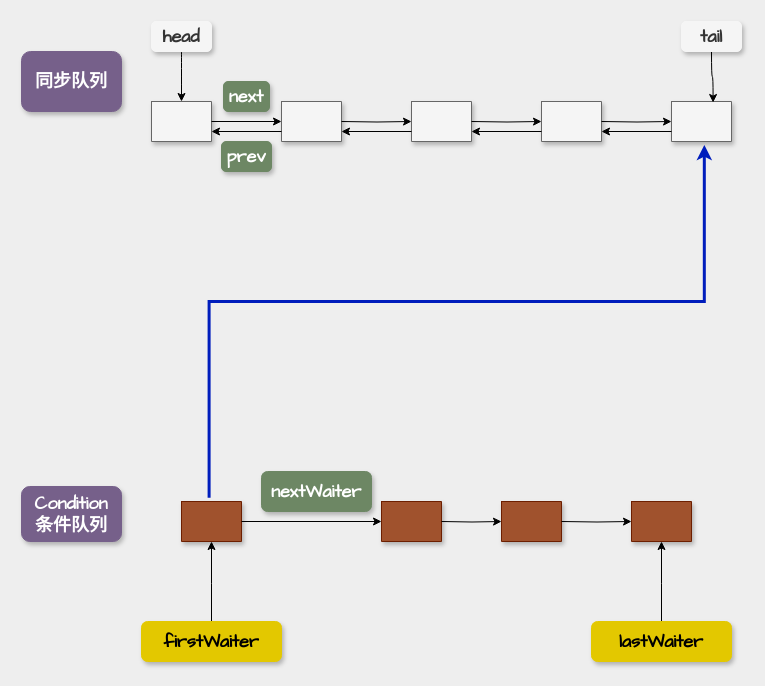
Earlier version of the draw.io diagram page "第 2 页 的副本" (2 of 3) of thread/AQS-Condition.drawio (mydlxy/draw). Source tidied: cells renumbered, new cells numbered last; positions are measured from the earlier drawing's top-left corner, leaving out a move shared by most shapes. Both pictures are drawn from the tidied source at 100%, with x=0, y=0 at pixel (21, 21).
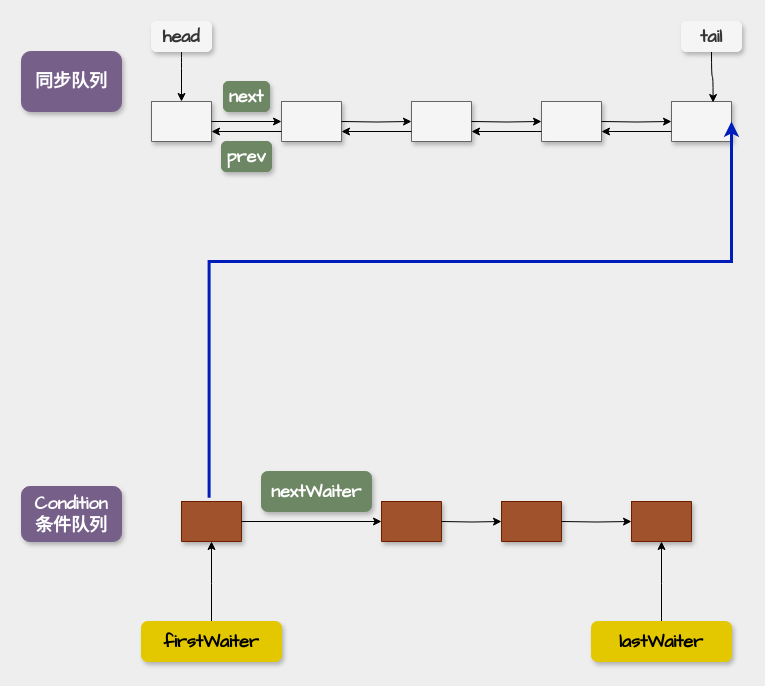
Above is the later version.

The change refers to these unchanged cells:
```xml
<mxCell id="21" style="shape=tableRow;horizontal=0;startSize=0;swimlaneHead=0;swimlaneBody=0;top=0;left=0;bottom=0;right=0;fillColor=none;points=[[0,0.5],[1,0.5]];portConstraint=eastwest;shadow=1;sketch=0;strokeColor=#909090;fontColor=#1A1A1A;" parent="20" vertex="1">
  <mxGeometry width="60" height="40" as="geometry" />
</mxCell>
<mxCell id="30" style="shape=tableRow;horizontal=0;startSize=0;swimlaneHead=0;swimlaneBody=0;top=0;left=0;bottom=0;right=0;fillColor=none;points=[[0,0.5],[1,0.5]];portConstraint=eastwest;shadow=1;sketch=0;strokeColor=#909090;fontColor=#1A1A1A;" parent="29" vertex="1">
  <mxGeometry width="60" height="40" as="geometry" />
</mxCell>
```

What changed in the source:
```diff
@@
-    <mxCell id="53" style="edgeStyle=elbowEdgeStyle;elbow=vertical;endArrow=classic;html=1;rounded=0;strokeColor=#001DBC;fontColor=#FFFFFF;exitX=0.46;exitY=-0.095;exitDx=0;exitDy=0;exitPerimeter=0;entryX=0.547;entryY=1.085;entryDx=0;entryDy=0;entryPerimeter=0;fillColor=#0050ef;strokeWidth=3;" parent="1" edge="1" source="30" target="21">
+    <mxCell id="53" style="edgeStyle=elbowEdgeStyle;elbow=vertical;endArrow=classic;html=1;rounded=0;strokeColor=#001DBC;fontColor=#FFFFFF;exitX=0.46;exitY=-0.095;exitDx=0;exitDy=0;exitPerimeter=0;fillColor=#0050ef;strokeWidth=3;entryX=1;entryY=0.5;entryDx=0;entryDy=0;" parent="1" edge="1" source="30" target="21">
       <mxGeometry relative="1" as="geometry">
         <Array as="points">
+          <mxPoint x="670" y="240" />
+          <mxPoint x="760" y="400" />
+          <mxPoint x="850" y="320" />
+          <mxPoint x="910" y="180" />
+          <mxPoint x="830" y="160" />
+          <mxPoint x="610" y="230" />
+          <mxPoint x="410" y="340" />
+          <mxPoint x="820" y="400" />
+          <mxPoint x="830" y="340" />
+          <mxPoint x="820" y="270" />
+          <mxPoint x="820" y="140" />
+          <mxPoint x="770" y="180" />
+          <mxPoint x="600" y="460" />
+          <mxPoint x="600" y="440" />
+          <mxPoint x="590" y="360" />
+          <mxPoint x="530" y="280" />
+          <mxPoint x="780" y="150" />
           <mxPoint x="480" y="280" />
           <mxPoint x="230" y="410" />
           <mxPoint x="210" y="430" />
           <mxPoint x="280" y="380" />
           <mxPoint x="210" y="420" />
           <mxPoint x="250" y="390" />
           <mxPoint x="240" y="418" />
         </Array>
       </mxGeometry>
     </mxCell>
```
